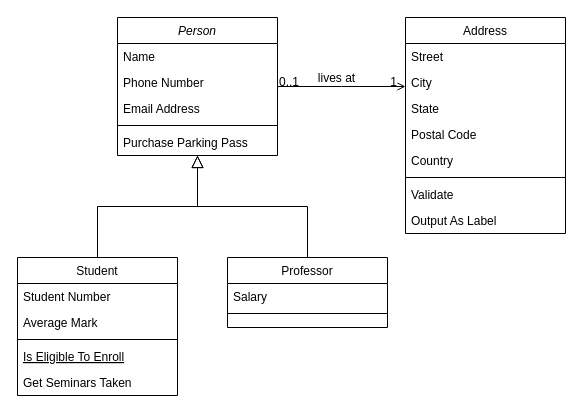
The draw.io diagram Ejercicio 8.drawio in andmansim/introduccion_algoritmica, before the edit. Source tidied: cells renumbered, new cells numbered last; positions are measured from the earlier drawing's top-left corner, leaving out a move shared by most shapes. Both pictures are drawn from the tidied source at 100%, with x=0, y=0 at pixel (17, 17).
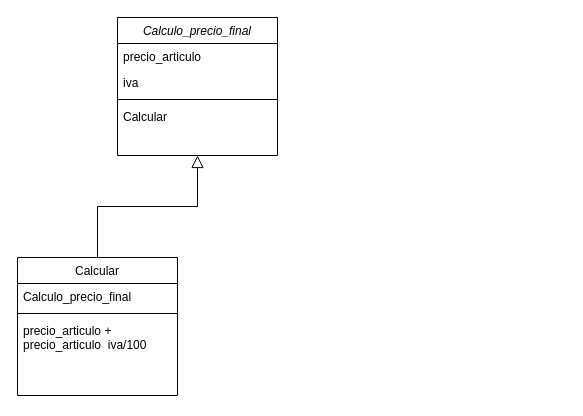
The same diagram, later.

Diff of the diagram source:
```diff
@@
-    <mxCell id="2" value="Person" style="swimlane;fontStyle=2;align=center;verticalAlign=top;horizontal=1;startSize=26;rounded=0;shadow=0;strokeWidth=1;" parent="1" vertex="1">
+    <mxCell id="2" value="Calculo_precio_final" style="swimlane;fontStyle=2;align=center;verticalAlign=top;horizontal=1;startSize=26;rounded=0;shadow=0;strokeWidth=1;" parent="1" vertex="1">
       <mxGeometry x="100" width="160" height="138" as="geometry" />
     </mxCell>
-    <mxCell id="3" value="Name" style="text;align=left;verticalAlign=top;spacingLeft=4;spacingRight=4;overflow=hidden;" parent="2" vertex="1">
+    <mxCell id="3" value="precio_articulo" style="text;align=left;verticalAlign=top;spacingLeft=4;spacingRight=4;overflow=hidden;" parent="2" vertex="1">
       <mxGeometry y="26" width="160" height="26" as="geometry" />
     </mxCell>
-    <mxCell id="4" value="Phone Number" style="text;align=left;verticalAlign=top;spacingLeft=4;spacingRight=4;overflow=hidden;rounded=0;shadow=0;html=0;" parent="2" vertex="1">
-      <mxGeometry y="52" width="160" height="26" as="geometry" />
-    </mxCell>
-    <mxCell id="5" value="Email Address" style="text;align=left;verticalAlign=top;spacingLeft=4;spacingRight=4;overflow=hidden;rounded=0;shadow=0;html=0;" parent="2" vertex="1">
-      <mxGeometry y="78" width="160" height="26" as="geometry" />
+    <mxCell id="5" value="iva" style="text;align=left;verticalAlign=top;spacingLeft=4;spacingRight=4;overflow=hidden;rounded=0;shadow=0;html=0;" parent="2" vertex="1">
+      <mxGeometry y="52" width="160" height="26" as="geometry" />
     </mxCell>
     <mxCell id="6" style="line;html=1;strokeWidth=1;align=left;verticalAlign=middle;spacingTop=-1;spacingLeft=3;spacingRight=3;labelPosition=right;" parent="2" vertex="1">
-      <mxGeometry y="104" width="160" height="8" as="geometry" />
+      <mxGeometry y="78" width="160" height="8" as="geometry" />
     </mxCell>
-    <mxCell id="7" value="Purchase Parking Pass" style="text;align=left;verticalAlign=top;spacingLeft=4;spacingRight=4;overflow=hidden;" parent="2" vertex="1">
-      <mxGeometry y="112" width="160" height="26" as="geometry" />
+    <mxCell id="7" value="Calcular" style="text;align=left;verticalAlign=top;spacingLeft=4;spacingRight=4;overflow=hidden;" parent="2" vertex="1">
+      <mxGeometry y="86" width="160" height="26" as="geometry" />
     </mxCell>
-    <mxCell id="8" value="Student" style="swimlane;fontStyle=0;align=center;verticalAlign=top;horizontal=1;startSize=26;rounded=0;shadow=0;strokeWidth=1;" parent="1" vertex="1">
+    <mxCell id="8" value="Calcular" style="swimlane;fontStyle=0;align=center;verticalAlign=top;horizontal=1;startSize=26;rounded=0;shadow=0;strokeWidth=1;" parent="1" vertex="1">
       <mxGeometry y="240" width="160" height="138" as="geometry" />
     </mxCell>
-    <mxCell id="9" value="Student Number" style="text;align=left;verticalAlign=top;spacingLeft=4;spacingRight=4;overflow=hidden;" parent="8" vertex="1">
+    <mxCell id="9" value="Calculo_precio_final" style="text;align=left;verticalAlign=top;spacingLeft=4;spacingRight=4;overflow=hidden;" parent="8" vertex="1">
       <mxGeometry y="26" width="160" height="26" as="geometry" />
     </mxCell>
-    <mxCell id="10" value="Average Mark" style="text;align=left;verticalAlign=top;spacingLeft=4;spacingRight=4;overflow=hidden;rounded=0;shadow=0;html=0;" parent="8" vertex="1">
-      <mxGeometry y="52" width="160" height="26" as="geometry" />
-    </mxCell>
     <mxCell id="11" style="line;html=1;strokeWidth=1;align=left;verticalAlign=middle;spacingTop=-1;spacingLeft=3;spacingRight=3;labelPosition=right;" parent="8" vertex="1">
-      <mxGeometry y="78" width="160" height="8" as="geometry" />
+      <mxGeometry y="52" width="160" height="8" as="geometry" />
     </mxCell>
-    <mxCell id="12" value="Is Eligible To Enroll" style="text;align=left;verticalAlign=top;spacingLeft=4;spacingRight=4;overflow=hidden;fontStyle=4;" parent="8" vertex="1">
-      <mxGeometry y="86" width="160" height="26" as="geometry" />
-    </mxCell>
-    <mxCell id="13" value="Get Seminars Taken" style="text;align=left;verticalAlign=top;spacingLeft=4;spacingRight=4;overflow=hidden;" parent="8" vertex="1">
-      <mxGeometry y="112" width="160" height="26" as="geometry" />
+    <mxCell id="13" value="precio_articulo + &#10;precio_articulo  iva/100&#10;" style="text;align=left;verticalAlign=top;spacingLeft=4;spacingRight=4;overflow=hidden;" parent="8" vertex="1">
+      <mxGeometry y="60" width="160" height="70" as="geometry" />
     </mxCell>
@@
-    <mxCell id="15" value="Professor" style="swimlane;fontStyle=0;align=center;verticalAlign=top;horizontal=1;startSize=26;rounded=0;shadow=0;strokeWidth=1;" parent="1" vertex="1">
-      <mxGeometry x="210" y="240" width="160" height="70" as="geometry" />
-    </mxCell>
-    <mxCell id="16" value="Salary" style="text;align=left;verticalAlign=top;spacingLeft=4;spacingRight=4;overflow=hidden;" parent="15" vertex="1">
-      <mxGeometry y="26" width="160" height="26" as="geometry" />
-    </mxCell>
-    <mxCell id="17" style="line;html=1;strokeWidth=1;align=left;verticalAlign=middle;spacingTop=-1;spacingLeft=3;spacingRight=3;labelPosition=right;" parent="15" vertex="1">
-      <mxGeometry y="52" width="160" height="8" as="geometry" />
-    </mxCell>
-    <mxCell id="18" style="endArrow=block;endSize=10;endFill=0;shadow=0;strokeWidth=1;rounded=0;edgeStyle=elbowEdgeStyle;elbow=vertical;" parent="1" edge="1" source="15" target="2">
-      <mxGeometry relative="1" as="geometry" />
-    </mxCell>
-    <mxCell id="19" value="Address" style="swimlane;fontStyle=0;align=center;verticalAlign=top;horizontal=1;startSize=26;rounded=0;shadow=0;strokeWidth=1;" parent="1" vertex="1">
-      <mxGeometry x="388" width="160" height="216" as="geometry" />
-    </mxCell>
-    <mxCell id="20" value="Street" style="text;align=left;verticalAlign=top;spacingLeft=4;spacingRight=4;overflow=hidden;" parent="19" vertex="1">
-      <mxGeometry y="26" width="160" height="26" as="geometry" />
-    </mxCell>
-    <mxCell id="21" value="City" style="text;align=left;verticalAlign=top;spacingLeft=4;spacingRight=4;overflow=hidden;rounded=0;shadow=0;html=0;" parent="19" vertex="1">
-      <mxGeometry y="52" width="160" height="26" as="geometry" />
-    </mxCell>
-    <mxCell id="22" value="State" style="text;align=left;verticalAlign=top;spacingLeft=4;spacingRight=4;overflow=hidden;rounded=0;shadow=0;html=0;" parent="19" vertex="1">
-      <mxGeometry y="78" width="160" height="26" as="geometry" />
-    </mxCell>
-    <mxCell id="23" value="Postal Code" style="text;align=left;verticalAlign=top;spacingLeft=4;spacingRight=4;overflow=hidden;rounded=0;shadow=0;html=0;" parent="19" vertex="1">
-      <mxGeometry y="104" width="160" height="26" as="geometry" />
-    </mxCell>
-    <mxCell id="24" value="Country" style="text;align=left;verticalAlign=top;spacingLeft=4;spacingRight=4;overflow=hidden;rounded=0;shadow=0;html=0;" parent="19" vertex="1">
-      <mxGeometry y="130" width="160" height="26" as="geometry" />
-    </mxCell>
-    <mxCell id="25" style="line;html=1;strokeWidth=1;align=left;verticalAlign=middle;spacingTop=-1;spacingLeft=3;spacingRight=3;labelPosition=right;" parent="19" vertex="1">
-      <mxGeometry y="156" width="160" height="8" as="geometry" />
-    </mxCell>
-    <mxCell id="26" value="Validate" style="text;align=left;verticalAlign=top;spacingLeft=4;spacingRight=4;overflow=hidden;" parent="19" vertex="1">
-      <mxGeometry y="164" width="160" height="26" as="geometry" />
-    </mxCell>
-    <mxCell id="27" value="Output As Label" style="text;align=left;verticalAlign=top;spacingLeft=4;spacingRight=4;overflow=hidden;" parent="19" vertex="1">
-      <mxGeometry y="190" width="160" height="26" as="geometry" />
-    </mxCell>
-    <mxCell id="28" style="endArrow=open;shadow=0;strokeWidth=1;rounded=0;endFill=1;edgeStyle=elbowEdgeStyle;elbow=vertical;" parent="1" edge="1" source="2" target="19">
-      <mxGeometry x="0.5" y="41" relative="1" as="geometry">
-        <mxPoint x="-40" y="32" as="offset" />
-      </mxGeometry>
-    </mxCell>
-    <mxCell id="29" value="0..1" style="align=left;verticalAlign=bottom;labelBackgroundColor=none;fontSize=12;" parent="28" vertex="1">
-      <mxGeometry x="-1" relative="1" as="geometry">
-        <mxPoint y="4" as="offset" />
-      </mxGeometry>
-    </mxCell>
-    <mxCell id="30" value="1" style="align=right;verticalAlign=bottom;labelBackgroundColor=none;fontSize=12;" parent="28" vertex="1">
-      <mxGeometry x="1" relative="1" as="geometry">
-        <mxPoint x="-7" y="4" as="offset" />
-      </mxGeometry>
-    </mxCell>
-    <mxCell id="31" value="lives at" style="text;html=1;align=center;verticalAlign=middle;labelBackgroundColor=none;rounded=0;shadow=0;strokeWidth=1;fontSize=12;" parent="28" vertex="1">
-      <mxGeometry x="0.5" y="49" relative="1" as="geometry">
-        <mxPoint x="-38" y="40" as="offset" />
-      </mxGeometry>
-    </mxCell>
```
